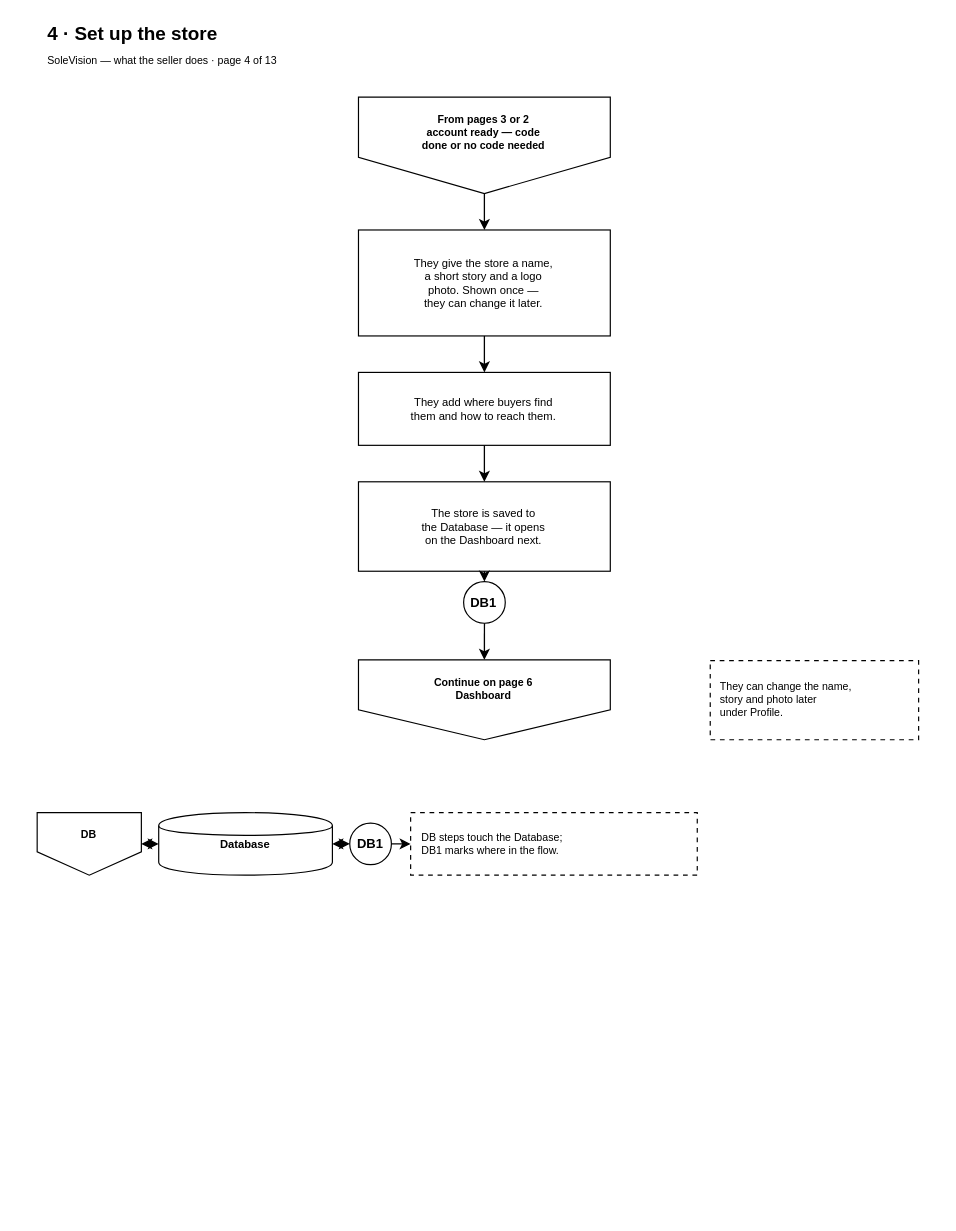
This is page "4 Set up the store" (4 of 19) of docs/diagrams/seller-journey-flowchart.drawio from kibs06/CUF, a draw.io file, before an edit. Source tidied: cells renumbered, new cells numbered last; positions are measured from the earlier drawing's top-left corner, leaving out a move shared by most shapes. Both pictures are drawn from the tidied source at 118%, with x=0, y=0 at pixel (37, 20).
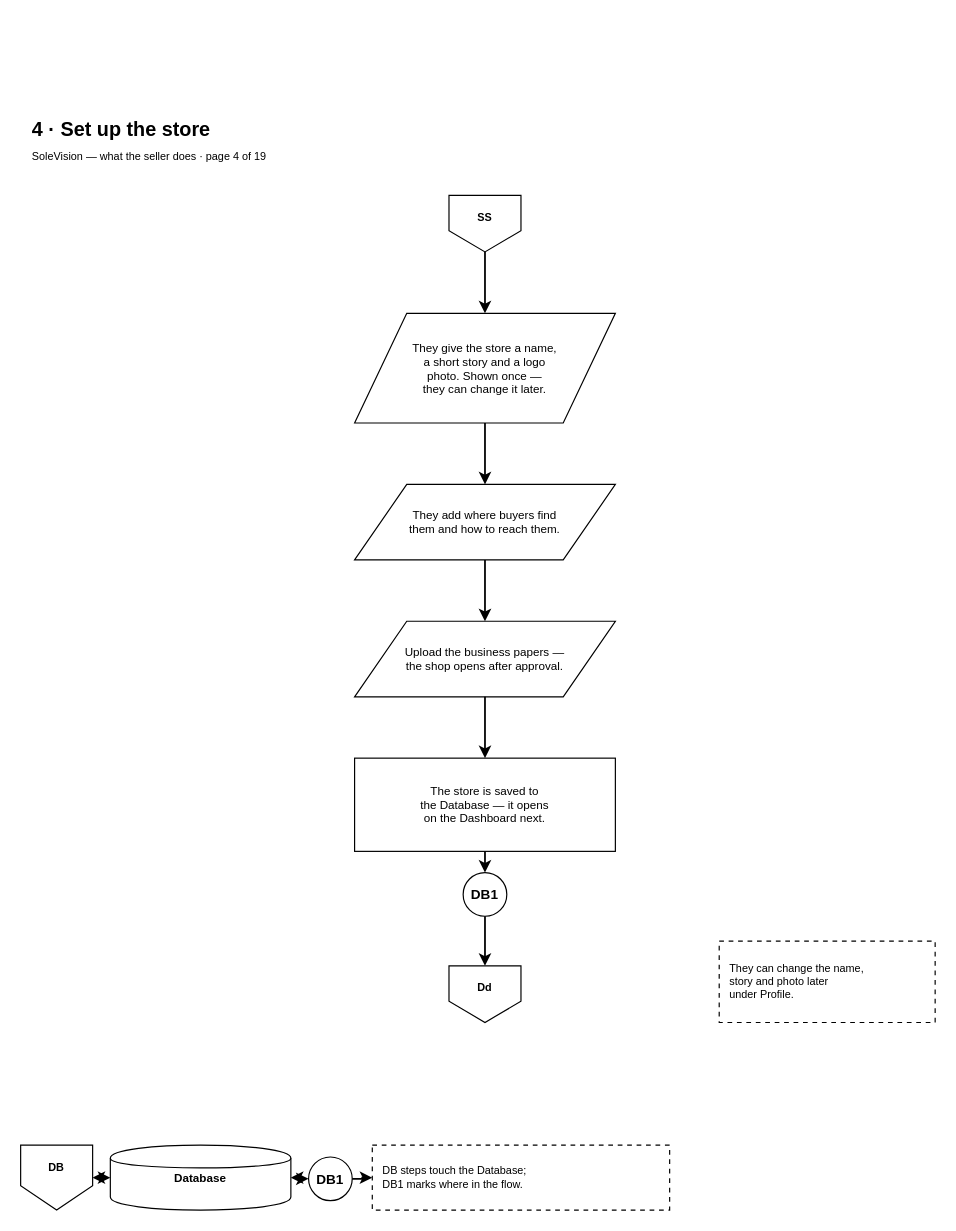
After the change.

What changed in the source:
```diff
@@
-    <mxCell id="2" value="From pages 3 or 2&lt;br&gt;account ready — code&lt;br&gt;done or no code needed" style="shape=offPageConnector;whiteSpace=wrap;html=1;fillColor=none;strokeColor=light-dark(#000000,#FFFFFF);fontColor=light-dark(#000000,#FFFFFF);fontSize=9;fontStyle=1;verticalAlign=top;spacingTop=7.4;perimeter=rectanglePerimeter;" parent="1" vertex="1">
-      <mxGeometry x="272.3" y="64.8" width="213.4" height="81.7" as="geometry" />
+    <mxCell id="2" value="SS" style="shape=offPageConnector;whiteSpace=wrap;html=1;fillColor=none;strokeColor=light-dark(#000000,#FFFFFF);fontColor=light-dark(#000000,#FFFFFF);fontSize=9.2;fontStyle=1;verticalAlign=top;spacingTop=7.6;perimeter=rectanglePerimeter;" parent="1" vertex="1">
+      <mxGeometry x="349" y="148" width="61" height="48" as="geometry" />
     </mxCell>
-    <mxCell id="3" value="They give the store a name,&lt;br&gt;a short story and a logo&lt;br&gt;photo. Shown once —&lt;br&gt;they can change it later." style="rounded=0;whiteSpace=wrap;html=1;fillColor=none;strokeColor=light-dark(#000000,#FFFFFF);fontColor=light-dark(#000000,#FFFFFF);fontSize=9.5;" parent="1" vertex="1">
-      <mxGeometry x="272.3" y="177.4" width="213.4" height="89.8" as="geometry" />
+    <mxCell id="3" value="They give the store a name,&lt;br&gt;a short story and a logo&lt;br&gt;photo. Shown once —&lt;br&gt;they can change it later." style="shape=parallelogram;whiteSpace=wrap;html=1;fillColor=none;strokeColor=light-dark(#000000,#FFFFFF);fontColor=light-dark(#000000,#FFFFFF);fontSize=9.9;perimeter=parallelogramPerimeter;" parent="1" vertex="1">
+      <mxGeometry x="269" y="248" width="221" height="93" as="geometry" />
     </mxCell>
-    <mxCell id="4" value="They add where buyers find&lt;br&gt;them and how to reach them." style="rounded=0;whiteSpace=wrap;html=1;fillColor=none;strokeColor=light-dark(#000000,#FFFFFF);fontColor=light-dark(#000000,#FFFFFF);fontSize=9.5;" parent="1" vertex="1">
-      <mxGeometry x="272.3" y="298.1" width="213.4" height="61.8" as="geometry" />
+    <mxCell id="4" value="They add where buyers find&lt;br&gt;them and how to reach them." style="shape=parallelogram;whiteSpace=wrap;html=1;fillColor=none;strokeColor=light-dark(#000000,#FFFFFF);fontColor=light-dark(#000000,#FFFFFF);fontSize=9.9;perimeter=parallelogramPerimeter;" parent="1" vertex="1">
+      <mxGeometry x="269" y="393" width="221" height="64" as="geometry" />
     </mxCell>
+    <mxCell id="23" value="Upload the business papers —&lt;br&gt;the shop opens after approval." style="shape=parallelogram;whiteSpace=wrap;html=1;fillColor=none;strokeColor=light-dark(#000000,#FFFFFF);fontColor=light-dark(#000000,#FFFFFF);fontSize=9.9;perimeter=parallelogramPerimeter;" parent="1" vertex="1">
+      <mxGeometry x="269" y="509" width="221" height="64" as="geometry" />
+    </mxCell>
-    <mxCell id="5" value="The store is saved to&lt;br&gt;the Database — it opens&lt;br&gt;on the Dashboard next." style="rounded=0;whiteSpace=wrap;html=1;fillColor=none;strokeColor=light-dark(#000000,#FFFFFF);fontColor=light-dark(#000000,#FFFFFF);fontSize=9.5;" parent="1" vertex="1">
-      <mxGeometry x="272.3" y="390.8" width="213.4" height="75.8" as="geometry" />
+    <mxCell id="5" value="The store is saved to&lt;br&gt;the Database — it opens&lt;br&gt;on the Dashboard next." style="rounded=0;whiteSpace=wrap;html=1;fillColor=none;strokeColor=light-dark(#000000,#FFFFFF);fontColor=light-dark(#000000,#FFFFFF);fontSize=9.9;" parent="1" vertex="1">
+      <mxGeometry x="269" y="625" width="221" height="79" as="geometry" />
     </mxCell>
-    <mxCell id="6" value="DB1" style="ellipse;whiteSpace=wrap;html=1;fillColor=none;strokeColor=light-dark(#000000,#FFFFFF);fontColor=light-dark(#000000,#FFFFFF);fontSize=11;fontStyle=1;perimeter=ellipsePerimeter;" parent="1" vertex="1">
-      <mxGeometry x="361.4" y="475.4" width="35.3" height="35.3" as="geometry" />
+    <mxCell id="6" value="DB1" style="ellipse;whiteSpace=wrap;html=1;fillColor=none;strokeColor=light-dark(#000000,#FFFFFF);fontColor=light-dark(#000000,#FFFFFF);fontSize=11.5;fontStyle=1;perimeter=ellipsePerimeter;" parent="1" vertex="1">
+      <mxGeometry x="361" y="722" width="37" height="37" as="geometry" />
     </mxCell>
-    <mxCell id="7" value="Continue on page 6&lt;br&gt;Dashboard" style="shape=offPageConnector;whiteSpace=wrap;html=1;fillColor=none;strokeColor=light-dark(#000000,#FFFFFF);fontColor=light-dark(#000000,#FFFFFF);fontSize=9;fontStyle=1;verticalAlign=top;spacingTop=7.4;perimeter=rectanglePerimeter;" parent="1" vertex="1">
-      <mxGeometry x="272.3" y="541.7" width="213.4" height="67.7" as="geometry" />
+    <mxCell id="7" value="Dd" style="shape=offPageConnector;whiteSpace=wrap;html=1;fillColor=none;strokeColor=light-dark(#000000,#FFFFFF);fontColor=light-dark(#000000,#FFFFFF);fontSize=9.2;fontStyle=1;verticalAlign=top;spacingTop=7.6;perimeter=rectanglePerimeter;" parent="1" vertex="1">
+      <mxGeometry x="349" y="801" width="61" height="48" as="geometry" />
     </mxCell>
-    <mxCell id="8" value="They can change the name,&lt;br&gt;story and photo later&lt;br&gt;under Profile." style="rounded=0;whiteSpace=wrap;html=1;dashed=1;dashPattern=4 4;fillColor=none;strokeColor=light-dark(#000000,#FFFFFF);fontColor=light-dark(#000000,#FFFFFF);fontSize=9;align=left;verticalAlign=middle;spacingLeft=7.4;spacingRight=7.4;" parent="1" vertex="1">
-      <mxGeometry x="570.4" y="542.4" width="176.6" height="67" as="geometry" />
+    <mxCell id="8" value="They can change the name,&lt;br&gt;story and photo later&lt;br&gt;under Profile." style="rounded=0;whiteSpace=wrap;html=1;dashed=1;dashPattern=4 4;fillColor=none;strokeColor=light-dark(#000000,#FFFFFF);fontColor=light-dark(#000000,#FFFFFF);fontSize=9.2;align=left;verticalAlign=middle;spacingLeft=7.6;spacingRight=7.6;" parent="1" vertex="1">
+      <mxGeometry x="578" y="780" width="183" height="69" as="geometry" />
     </mxCell>
-    <mxCell id="9" value="DB" style="shape=offPageConnector;whiteSpace=wrap;html=1;fillColor=none;strokeColor=light-dark(#000000,#FFFFFF);fontColor=light-dark(#000000,#FFFFFF);fontSize=9;fontStyle=1;verticalAlign=top;spacingTop=7.4;perimeter=rectanglePerimeter;" parent="1" vertex="1">
-      <mxGeometry y="671.2" width="88.3" height="53" as="geometry" />
+    <mxCell id="9" value="DB" style="shape=offPageConnector;whiteSpace=wrap;html=1;fillColor=none;strokeColor=light-dark(#000000,#FFFFFF);fontColor=light-dark(#000000,#FFFFFF);fontSize=9.2;fontStyle=1;verticalAlign=top;spacingTop=7.6;perimeter=rectanglePerimeter;" parent="1" vertex="1">
+      <mxGeometry x="-14" y="953" width="61" height="55" as="geometry" />
     </mxCell>
-    <mxCell id="10" value="Database" style="shape=cylinder;whiteSpace=wrap;html=1;fillColor=none;strokeColor=light-dark(#000000,#FFFFFF);fontColor=light-dark(#000000,#FFFFFF);fontSize=9.5;fontStyle=1;" parent="1" vertex="1">
-      <mxGeometry x="103" y="671.2" width="147.2" height="53" as="geometry" />
+    <mxCell id="10" value="Database" style="shape=cylinder;whiteSpace=wrap;html=1;fillColor=none;strokeColor=light-dark(#000000,#FFFFFF);fontColor=light-dark(#000000,#FFFFFF);fontSize=9.9;fontStyle=1;" parent="1" vertex="1">
+      <mxGeometry x="62" y="953" width="153" height="55" as="geometry" />
     </mxCell>
-    <mxCell id="11" value="DB1" style="ellipse;whiteSpace=wrap;html=1;fillColor=none;strokeColor=light-dark(#000000,#FFFFFF);fontColor=light-dark(#000000,#FFFFFF);fontSize=11;fontStyle=1;perimeter=ellipsePerimeter;" parent="1" vertex="1">
-      <mxGeometry x="264.9" y="680" width="35.3" height="35.3" as="geometry" />
+    <mxCell id="11" value="DB1" style="ellipse;whiteSpace=wrap;html=1;fillColor=none;strokeColor=light-dark(#000000,#FFFFFF);fontColor=light-dark(#000000,#FFFFFF);fontSize=11.5;fontStyle=1;perimeter=ellipsePerimeter;" parent="1" vertex="1">
+      <mxGeometry x="230" y="963" width="37" height="37" as="geometry" />
     </mxCell>
-    <mxCell id="12" value="DB steps touch the Database;&lt;br&gt;DB1 marks where in the flow." style="rounded=0;whiteSpace=wrap;html=1;dashed=1;dashPattern=4 4;fillColor=none;strokeColor=light-dark(#000000,#FFFFFF);fontColor=light-dark(#000000,#FFFFFF);fontSize=9;align=left;verticalAlign=middle;spacingLeft=7.4;spacingRight=7.4;" parent="1" vertex="1">
-      <mxGeometry x="316.5" y="671.2" width="242.9" height="53" as="geometry" />
+    <mxCell id="12" value="DB steps touch the Database;&lt;br&gt;DB1 marks where in the flow." style="rounded=0;whiteSpace=wrap;html=1;dashed=1;dashPattern=4 4;fillColor=none;strokeColor=light-dark(#000000,#FFFFFF);fontColor=light-dark(#000000,#FFFFFF);fontSize=9.2;align=left;verticalAlign=middle;spacingLeft=7.6;spacingRight=7.6;" parent="1" vertex="1">
+      <mxGeometry x="284" y="953" width="252" height="55" as="geometry" />
     </mxCell>
-    <mxCell id="13" value="4 · Set up the store" style="text;html=1;fontSize=16;fontStyle=1;align=left;verticalAlign=middle;fontColor=light-dark(#000000,#FFFFFF);" parent="1" vertex="1">
-      <mxGeometry x="7.4" width="515.2" height="22.1" as="geometry" />
+    <mxCell id="13" value="4 · Set up the store" style="text;html=1;fontSize=16.8;fontStyle=1;align=left;verticalAlign=middle;fontColor=light-dark(#000000,#FFFFFF);" parent="1" vertex="1">
+      <mxGeometry x="-6" y="81" width="534" height="23" as="geometry" />
     </mxCell>
-    <mxCell id="14" value="SoleVision — what the seller does · page 4 of 13" style="text;html=1;fontSize=9;align=left;verticalAlign=middle;fontColor=light-dark(#000000,#FFFFFF);" parent="1" vertex="1">
-      <mxGeometry x="7.4" y="25" width="515.2" height="17.7" as="geometry" />
+    <mxCell id="14" value="SoleVision — what the seller does · page 4 of 19" style="text;html=1;fontSize=9.2;align=left;verticalAlign=middle;fontColor=light-dark(#000000,#FFFFFF);" parent="1" vertex="1">
+      <mxGeometry x="-6" y="107" width="534" height="18" as="geometry" />
     </mxCell>
-    <mxCell id="15" style="edgeStyle=orthogonalEdgeStyle;rounded=0;html=1;endArrow=classic;endFill=1;strokeColor=light-dark(#000000,#FFFFFF);strokeWidth=1.1;fontSize=8;fontColor=light-dark(#000000,#FFFFFF);labelBackgroundColor=none;exitX=0.5;exitY=1;exitPerimeter=0;entryX=0.5;entryY=0;entryPerimeter=0;" parent="1" edge="1" source="2" target="3">
+    <mxCell id="15" style="edgeStyle=orthogonalEdgeStyle;rounded=0;jettySize=0;html=1;endArrow=classic;endFill=1;strokeColor=light-dark(#000000,#FFFFFF);strokeWidth=1.5;fontSize=9;fontColor=light-dark(#000000,#FFFFFF);labelBackgroundColor=none;exitX=0.5;exitY=1;exitPerimeter=0;entryX=0.5;entryY=0;entryPerimeter=0;" parent="1" edge="1" source="2" target="3">
       <mxGeometry relative="1" as="geometry">
-        <mxPoint y="-8.8" as="offset" />
+        <mxPoint y="-12" as="offset" />
       </mxGeometry>
     </mxCell>
-    <mxCell id="16" style="edgeStyle=orthogonalEdgeStyle;rounded=0;html=1;endArrow=classic;endFill=1;strokeColor=light-dark(#000000,#FFFFFF);strokeWidth=1.1;fontSize=8;fontColor=light-dark(#000000,#FFFFFF);labelBackgroundColor=none;exitX=0.5;exitY=1;exitPerimeter=0;entryX=0.5;entryY=0;entryPerimeter=0;" parent="1" edge="1" source="3" target="4">
+    <mxCell id="16" style="edgeStyle=orthogonalEdgeStyle;rounded=0;jettySize=0;html=1;endArrow=classic;endFill=1;strokeColor=light-dark(#000000,#FFFFFF);strokeWidth=1.5;fontSize=9;fontColor=light-dark(#000000,#FFFFFF);labelBackgroundColor=none;exitX=0.5;exitY=1;exitPerimeter=0;entryX=0.5;entryY=0;entryPerimeter=0;" parent="1" edge="1" source="3" target="4">
       <mxGeometry relative="1" as="geometry">
-        <mxPoint y="-8.8" as="offset" />
+        <mxPoint y="-12" as="offset" />
       </mxGeometry>
     </mxCell>
-    <mxCell id="17" style="edgeStyle=orthogonalEdgeStyle;rounded=0;html=1;endArrow=classic;endFill=1;strokeColor=light-dark(#000000,#FFFFFF);strokeWidth=1.1;fontSize=8;fontColor=light-dark(#000000,#FFFFFF);labelBackgroundColor=none;exitX=0.5;exitY=1;exitPerimeter=0;entryX=0.5;entryY=0;entryPerimeter=0;" parent="1" edge="1" source="4" target="5">
+    <mxCell id="17" style="edgeStyle=orthogonalEdgeStyle;rounded=0;jettySize=0;html=1;endArrow=classic;endFill=1;strokeColor=light-dark(#000000,#FFFFFF);strokeWidth=1.5;fontSize=9;fontColor=light-dark(#000000,#FFFFFF);labelBackgroundColor=none;exitX=0.5;exitY=1;exitPerimeter=0;entryX=0.5;entryY=0;entryPerimeter=0;" parent="1" edge="1" source="4" target="23">
       <mxGeometry relative="1" as="geometry">
-        <mxPoint y="-8.8" as="offset" />
+        <mxPoint y="-12" as="offset" />
       </mxGeometry>
     </mxCell>
-    <mxCell id="18" style="edgeStyle=orthogonalEdgeStyle;rounded=0;html=1;endArrow=classic;endFill=1;strokeColor=light-dark(#000000,#FFFFFF);strokeWidth=1.1;fontSize=8;fontColor=light-dark(#000000,#FFFFFF);labelBackgroundColor=none;exitX=0.5;exitY=1;exitPerimeter=0;entryX=0.5;entryY=0;entryPerimeter=0;" parent="1" edge="1" source="5" target="6">
+    <mxCell id="18" style="edgeStyle=orthogonalEdgeStyle;rounded=0;jettySize=0;html=1;endArrow=classic;endFill=1;strokeColor=light-dark(#000000,#FFFFFF);strokeWidth=1.5;fontSize=9;fontColor=light-dark(#000000,#FFFFFF);labelBackgroundColor=none;exitX=0.5;exitY=1;exitPerimeter=0;entryX=0.5;entryY=0;entryPerimeter=0;" parent="1" edge="1" source="23" target="5">
       <mxGeometry relative="1" as="geometry">
-        <mxPoint y="-8.8" as="offset" />
+        <mxPoint y="-12" as="offset" />
       </mxGeometry>
     </mxCell>
-    <mxCell id="19" style="edgeStyle=orthogonalEdgeStyle;rounded=0;html=1;endArrow=classic;endFill=1;strokeColor=light-dark(#000000,#FFFFFF);strokeWidth=1.1;fontSize=8;fontColor=light-dark(#000000,#FFFFFF);labelBackgroundColor=none;exitX=0.5;exitY=1;exitPerimeter=0;entryX=0.5;entryY=0;entryPerimeter=0;" parent="1" edge="1" source="6" target="7">
+    <mxCell id="19" style="edgeStyle=orthogonalEdgeStyle;rounded=0;jettySize=0;html=1;endArrow=classic;endFill=1;strokeColor=light-dark(#000000,#FFFFFF);strokeWidth=1.5;fontSize=9;fontColor=light-dark(#000000,#FFFFFF);labelBackgroundColor=none;exitX=0.5;exitY=1;exitPerimeter=0;entryX=0.5;entryY=0;entryPerimeter=0;" parent="1" edge="1" source="5" target="6">
       <mxGeometry relative="1" as="geometry">
-        <mxPoint y="-8.8" as="offset" />
+        <mxPoint y="-12" as="offset" />
       </mxGeometry>
     </mxCell>
-    <mxCell id="20" style="edgeStyle=orthogonalEdgeStyle;rounded=0;html=1;endArrow=classic;endFill=1;strokeColor=light-dark(#000000,#FFFFFF);strokeWidth=1.1;fontSize=8;fontColor=light-dark(#000000,#FFFFFF);labelBackgroundColor=none;exitX=1;exitY=0.5;exitPerimeter=0;entryX=0;entryY=0.5;entryPerimeter=0;startArrow=classic;startFill=1;" parent="1" edge="1" source="9" target="10">
+    <mxCell id="20" style="edgeStyle=orthogonalEdgeStyle;rounded=0;jettySize=0;html=1;endArrow=classic;endFill=1;strokeColor=light-dark(#000000,#FFFFFF);strokeWidth=1.5;fontSize=9;fontColor=light-dark(#000000,#FFFFFF);labelBackgroundColor=none;exitX=0.5;exitY=1;exitPerimeter=0;entryX=0.5;entryY=0;entryPerimeter=0;" parent="1" edge="1" source="6" target="7">
       <mxGeometry relative="1" as="geometry">
-        <mxPoint y="-8.8" as="offset" />
+        <mxPoint y="-12" as="offset" />
       </mxGeometry>
     </mxCell>
-    <mxCell id="21" style="edgeStyle=orthogonalEdgeStyle;rounded=0;html=1;endArrow=classic;endFill=1;strokeColor=light-dark(#000000,#FFFFFF);strokeWidth=1.1;fontSize=8;fontColor=light-dark(#000000,#FFFFFF);labelBackgroundColor=none;exitX=1;exitY=0.5;exitPerimeter=0;entryX=0;entryY=0.5;entryPerimeter=0;startArrow=classic;startFill=1;" parent="1" edge="1" source="10" target="11">
+    <mxCell id="21" style="edgeStyle=orthogonalEdgeStyle;rounded=0;jettySize=0;html=1;endArrow=classic;endFill=1;strokeColor=light-dark(#000000,#FFFFFF);strokeWidth=1.5;fontSize=9;fontColor=light-dark(#000000,#FFFFFF);labelBackgroundColor=none;exitX=1;exitY=0.5;exitPerimeter=0;entryX=0;entryY=0.5;entryPerimeter=0;startArrow=classic;startFill=1;" parent="1" edge="1" source="9" target="10">
       <mxGeometry relative="1" as="geometry">
-        <mxPoint y="-8.8" as="offset" />
+        <mxPoint y="-12" as="offset" />
       </mxGeometry>
     </mxCell>
-    <mxCell id="22" style="edgeStyle=orthogonalEdgeStyle;rounded=0;html=1;endArrow=classic;endFill=1;strokeColor=light-dark(#000000,#FFFFFF);strokeWidth=1.1;fontSize=8;fontColor=light-dark(#000000,#FFFFFF);labelBackgroundColor=none;exitX=1;exitY=0.5;exitPerimeter=0;entryX=0;entryY=0.5;entryPerimeter=0;" parent="1" edge="1" source="11" target="12">
+    <mxCell id="22" style="edgeStyle=orthogonalEdgeStyle;rounded=0;jettySize=0;html=1;endArrow=classic;endFill=1;strokeColor=light-dark(#000000,#FFFFFF);strokeWidth=1.5;fontSize=9;fontColor=light-dark(#000000,#FFFFFF);labelBackgroundColor=none;exitX=1;exitY=0.5;exitPerimeter=0;entryX=0;entryY=0.5;entryPerimeter=0;startArrow=classic;startFill=1;" parent="1" edge="1" source="10" target="11">
       <mxGeometry relative="1" as="geometry">
-        <mxPoint y="-8.8" as="offset" />
+        <mxPoint y="-12" as="offset" />
       </mxGeometry>
     </mxCell>
+    <mxCell id="24" style="edgeStyle=orthogonalEdgeStyle;rounded=0;jettySize=0;html=1;endArrow=classic;endFill=1;strokeColor=light-dark(#000000,#FFFFFF);strokeWidth=1.5;fontSize=9;fontColor=light-dark(#000000,#FFFFFF);labelBackgroundColor=none;exitX=1;exitY=0.5;exitPerimeter=0;entryX=0;entryY=0.5;entryPerimeter=0;" parent="1" edge="1" source="11" target="12">
+      <mxGeometry relative="1" as="geometry">
+        <mxPoint y="-12" as="offset" />
+      </mxGeometry>
+    </mxCell>
```
